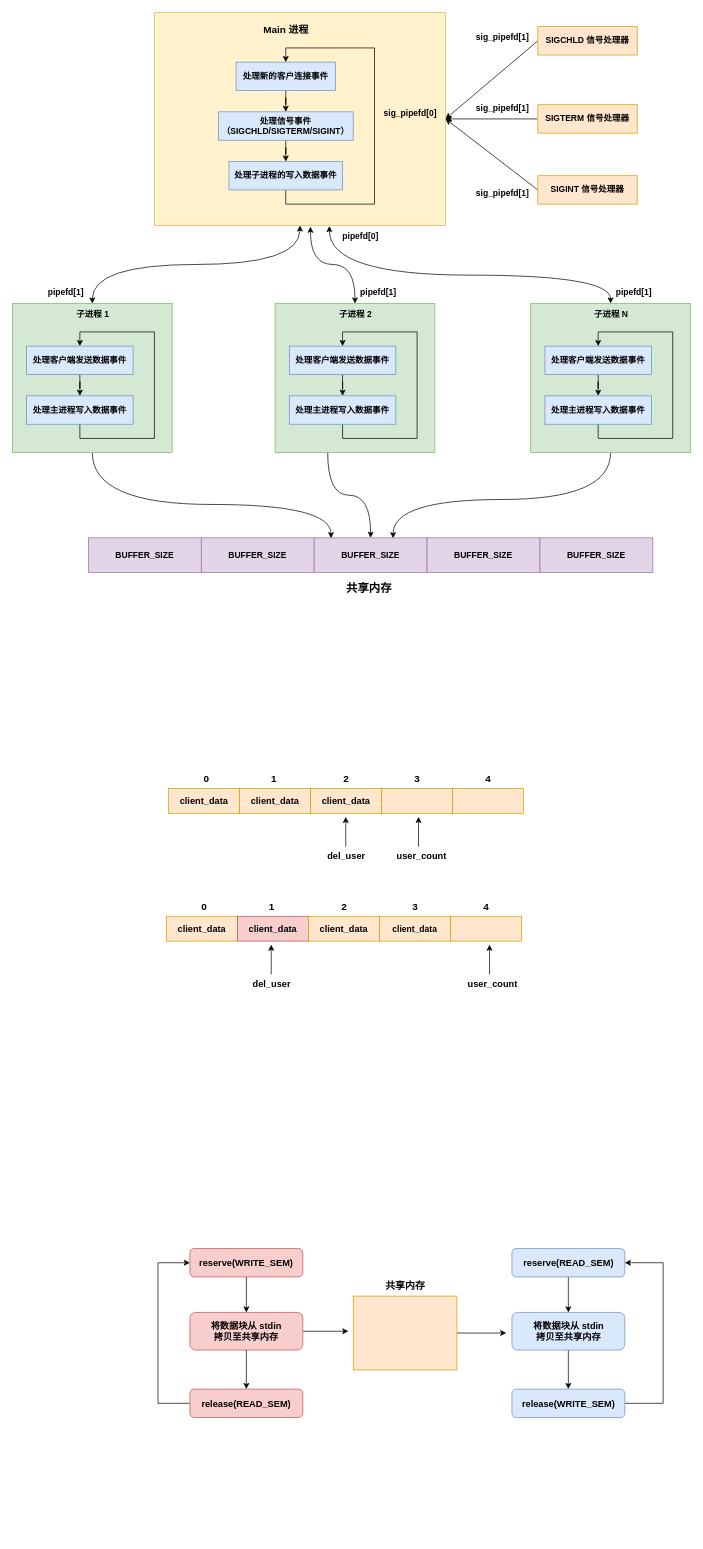
This is 网络编程/服务器端编程/System_V_IPC_之共享内存_static/System V IPC.drawio from xuweilin2014/tech-blog, a draw.io file, before an edit. Source tidied: cells renumbered, new cells numbered last; positions are measured from the earlier drawing's top-left corner, leaving out a move shared by most shapes. Both pictures are drawn from the tidied source at 71%, with x=0, y=0 at pixel (12, 12).
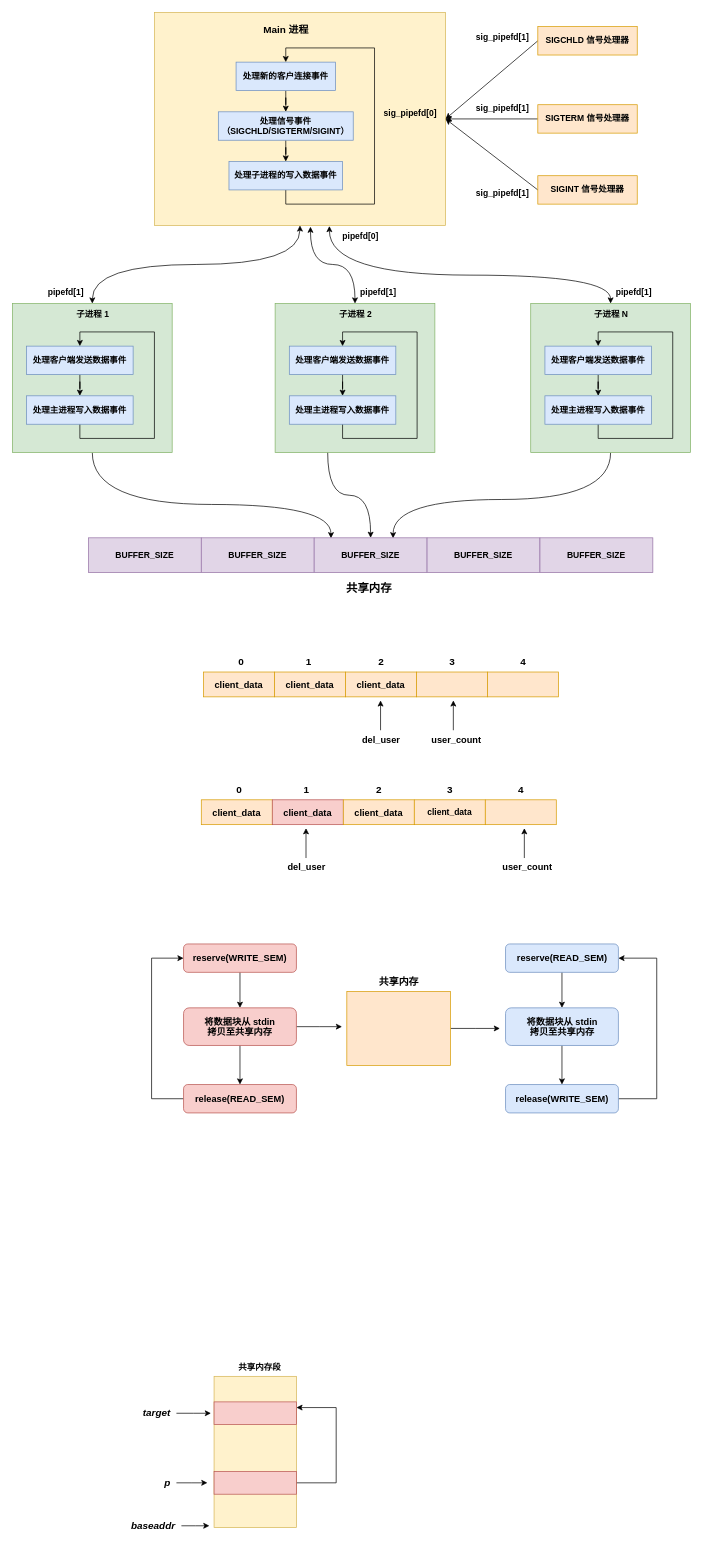
After the change.

Commit message (it also covers changes not shown here):
System V 共享内存

What changed in the source:
```diff
@@
     <mxCell id="54" value="&lt;font style=&quot;font-size: 13px;&quot;&gt;client_data&lt;/font&gt;" style="rounded=0;whiteSpace=wrap;html=1;fillColor=#ffe6cc;strokeColor=#d79b00;fontStyle=1;" parent="1" vertex="1">
-      <mxGeometry x="220" y="1093" width="100" height="35" as="geometry" />
+      <mxGeometry x="269" y="929" width="100" height="35" as="geometry" />
     </mxCell>
     <mxCell id="55" value="&lt;font style=&quot;font-size: 13px;&quot;&gt;client_data&lt;/font&gt;" style="rounded=0;whiteSpace=wrap;html=1;fillColor=#ffe6cc;strokeColor=#d79b00;fontStyle=1;" parent="1" vertex="1">
-      <mxGeometry x="320" y="1093" width="100" height="35" as="geometry" />
+      <mxGeometry x="369" y="929" width="100" height="35" as="geometry" />
     </mxCell>
     <mxCell id="56" value="&lt;font style=&quot;font-size: 13px;&quot;&gt;client_data&lt;/font&gt;" style="rounded=0;whiteSpace=wrap;html=1;fillColor=#ffe6cc;strokeColor=#d79b00;fontStyle=1;" parent="1" vertex="1">
-      <mxGeometry x="420" y="1093" width="100" height="35" as="geometry" />
+      <mxGeometry x="469" y="929" width="100" height="35" as="geometry" />
     </mxCell>
     <mxCell id="57" style="rounded=0;whiteSpace=wrap;html=1;fillColor=#ffe6cc;strokeColor=#d79b00;fontStyle=1;" parent="1" vertex="1">
-      <mxGeometry x="520" y="1093" width="100" height="35" as="geometry" />
+      <mxGeometry x="569" y="929" width="100" height="35" as="geometry" />
     </mxCell>
     <mxCell id="58" style="rounded=0;whiteSpace=wrap;html=1;fillColor=#ffe6cc;strokeColor=#d79b00;fontStyle=1;" parent="1" vertex="1">
-      <mxGeometry x="620" y="1093" width="100" height="35" as="geometry" />
+      <mxGeometry x="669" y="929" width="100" height="35" as="geometry" />
     </mxCell>
     <mxCell id="59" value="&lt;font style=&quot;font-size: 14px;&quot;&gt;&lt;b&gt;0&lt;/b&gt;&lt;/font&gt;" style="text;html=1;align=center;verticalAlign=middle;strokeColor=none;fillColor=none;" parent="1" vertex="1">
-      <mxGeometry x="260" y="1064" width="26" height="29" as="geometry" />
+      <mxGeometry x="309" y="900" width="26" height="29" as="geometry" />
     </mxCell>
     <mxCell id="60" value="&lt;font style=&quot;font-size: 14px;&quot;&gt;&lt;b&gt;1&lt;/b&gt;&lt;/font&gt;" style="text;html=1;align=center;verticalAlign=middle;strokeColor=none;fillColor=none;" parent="1" vertex="1">
-      <mxGeometry x="355" y="1064" width="26" height="29" as="geometry" />
+      <mxGeometry x="404" y="900" width="26" height="29" as="geometry" />
     </mxCell>
     <mxCell id="61" value="&lt;font style=&quot;font-size: 14px;&quot;&gt;&lt;b&gt;2&lt;/b&gt;&lt;/font&gt;" style="text;html=1;align=center;verticalAlign=middle;strokeColor=none;fillColor=none;" parent="1" vertex="1">
-      <mxGeometry x="457" y="1064" width="26" height="29" as="geometry" />
+      <mxGeometry x="506" y="900" width="26" height="29" as="geometry" />
     </mxCell>
     <mxCell id="62" value="&lt;font style=&quot;font-size: 14px;&quot;&gt;&lt;b&gt;3&lt;/b&gt;&lt;/font&gt;" style="text;html=1;align=center;verticalAlign=middle;strokeColor=none;fillColor=none;" parent="1" vertex="1">
-      <mxGeometry x="557" y="1064" width="26" height="29" as="geometry" />
+      <mxGeometry x="606" y="900" width="26" height="29" as="geometry" />
     </mxCell>
     <mxCell id="63" value="&lt;font style=&quot;font-size: 14px;&quot;&gt;&lt;b&gt;4&lt;/b&gt;&lt;/font&gt;" style="text;html=1;align=center;verticalAlign=middle;strokeColor=none;fillColor=none;" parent="1" vertex="1">
-      <mxGeometry x="657" y="1064" width="26" height="29" as="geometry" />
+      <mxGeometry x="706" y="900" width="26" height="29" as="geometry" />
     </mxCell>
     <mxCell id="64" style="endArrow=classic;html=1;rounded=0;" parent="1" edge="1">
       <mxGeometry relative="1" as="geometry">
-        <mxPoint x="572" y="1175" as="sourcePoint" />
-        <mxPoint x="572" y="1133" as="targetPoint" />
+        <mxPoint x="621" y="1011" as="sourcePoint" />
+        <mxPoint x="621" y="969" as="targetPoint" />
       </mxGeometry>
     </mxCell>
     <mxCell id="65" value="&lt;font style=&quot;font-size: 13px;&quot;&gt;&lt;b&gt;user_count&lt;/b&gt;&lt;/font&gt;" style="text;html=1;align=center;verticalAlign=middle;strokeColor=none;fillColor=none;" parent="1" vertex="1">
-      <mxGeometry x="532" y="1174" width="88" height="28" as="geometry" />
+      <mxGeometry x="581" y="1010" width="88" height="28" as="geometry" />
     </mxCell>
     <mxCell id="66" style="endArrow=classic;html=1;rounded=0;" parent="1" edge="1">
       <mxGeometry relative="1" as="geometry">
-        <mxPoint x="469.5" y="1175" as="sourcePoint" />
-        <mxPoint x="469.5" y="1133" as="targetPoint" />
+        <mxPoint x="518.5" y="1011" as="sourcePoint" />
+        <mxPoint x="518.5" y="969" as="targetPoint" />
       </mxGeometry>
     </mxCell>
     <mxCell id="67" value="&lt;font style=&quot;font-size: 13px;&quot;&gt;&lt;b&gt;del_user&lt;/b&gt;&lt;/font&gt;" style="text;html=1;align=center;verticalAlign=middle;strokeColor=none;fillColor=none;" parent="1" vertex="1">
-      <mxGeometry x="434.5" y="1174" width="71" height="28" as="geometry" />
+      <mxGeometry x="483.5" y="1010" width="71" height="28" as="geometry" />
     </mxCell>
     <mxCell id="68" value="&lt;font style=&quot;font-size: 13px;&quot;&gt;client_data&lt;/font&gt;" style="rounded=0;whiteSpace=wrap;html=1;fillColor=#ffe6cc;strokeColor=#d79b00;fontStyle=1;" parent="1" vertex="1">
-      <mxGeometry x="217" y="1273" width="100" height="35" as="geometry" />
+      <mxGeometry x="266" y="1109" width="100" height="35" as="geometry" />
     </mxCell>
     <mxCell id="69" value="&lt;font style=&quot;font-size: 13px;&quot;&gt;client_data&lt;/font&gt;" style="rounded=0;whiteSpace=wrap;html=1;fillColor=#f8cecc;strokeColor=#b85450;fontStyle=1;" parent="1" vertex="1">
-      <mxGeometry x="317" y="1273" width="100" height="35" as="geometry" />
+      <mxGeometry x="366" y="1109" width="100" height="35" as="geometry" />
     </mxCell>
     <mxCell id="70" value="&lt;font style=&quot;font-size: 13px;&quot;&gt;client_data&lt;/font&gt;" style="rounded=0;whiteSpace=wrap;html=1;fillColor=#ffe6cc;strokeColor=#d79b00;fontStyle=1;" parent="1" vertex="1">
-      <mxGeometry x="417" y="1273" width="100" height="35" as="geometry" />
+      <mxGeometry x="466" y="1109" width="100" height="35" as="geometry" />
     </mxCell>
     <mxCell id="71" value="client_data" style="rounded=0;whiteSpace=wrap;html=1;fillColor=#ffe6cc;strokeColor=#d79b00;fontStyle=1;" parent="1" vertex="1">
-      <mxGeometry x="517" y="1273" width="100" height="35" as="geometry" />
+      <mxGeometry x="566" y="1109" width="100" height="35" as="geometry" />
     </mxCell>
     <mxCell id="72" style="rounded=0;whiteSpace=wrap;html=1;fillColor=#ffe6cc;strokeColor=#d79b00;fontStyle=1;" parent="1" vertex="1">
-      <mxGeometry x="617" y="1273" width="100" height="35" as="geometry" />
+      <mxGeometry x="666" y="1109" width="100" height="35" as="geometry" />
     </mxCell>
     <mxCell id="73" value="&lt;font style=&quot;font-size: 14px;&quot;&gt;&lt;b&gt;0&lt;/b&gt;&lt;/font&gt;" style="text;html=1;align=center;verticalAlign=middle;strokeColor=none;fillColor=none;" parent="1" vertex="1">
-      <mxGeometry x="257" y="1244" width="26" height="29" as="geometry" />
+      <mxGeometry x="306" y="1080" width="26" height="29" as="geometry" />
     </mxCell>
     <mxCell id="74" value="&lt;font style=&quot;font-size: 14px;&quot;&gt;&lt;b&gt;1&lt;/b&gt;&lt;/font&gt;" style="text;html=1;align=center;verticalAlign=middle;strokeColor=none;fillColor=none;" parent="1" vertex="1">
-      <mxGeometry x="352" y="1244" width="26" height="29" as="geometry" />
+      <mxGeometry x="401" y="1080" width="26" height="29" as="geometry" />
     </mxCell>
     <mxCell id="75" value="&lt;font style=&quot;font-size: 14px;&quot;&gt;&lt;b&gt;2&lt;/b&gt;&lt;/font&gt;" style="text;html=1;align=center;verticalAlign=middle;strokeColor=none;fillColor=none;" parent="1" vertex="1">
-      <mxGeometry x="454" y="1244" width="26" height="29" as="geometry" />
+      <mxGeometry x="503" y="1080" width="26" height="29" as="geometry" />
     </mxCell>
     <mxCell id="76" value="&lt;font style=&quot;font-size: 14px;&quot;&gt;&lt;b&gt;3&lt;/b&gt;&lt;/font&gt;" style="text;html=1;align=center;verticalAlign=middle;strokeColor=none;fillColor=none;" parent="1" vertex="1">
-      <mxGeometry x="554" y="1244" width="26" height="29" as="geometry" />
+      <mxGeometry x="603" y="1080" width="26" height="29" as="geometry" />
     </mxCell>
     <mxCell id="77" value="&lt;font style=&quot;font-size: 14px;&quot;&gt;&lt;b&gt;4&lt;/b&gt;&lt;/font&gt;" style="text;html=1;align=center;verticalAlign=middle;strokeColor=none;fillColor=none;" parent="1" vertex="1">
-      <mxGeometry x="654" y="1244" width="26" height="29" as="geometry" />
+      <mxGeometry x="703" y="1080" width="26" height="29" as="geometry" />
     </mxCell>
     <mxCell id="78" style="endArrow=classic;html=1;rounded=0;" parent="1" edge="1">
       <mxGeometry relative="1" as="geometry">
-        <mxPoint x="672" y="1355" as="sourcePoint" />
-        <mxPoint x="672" y="1313" as="targetPoint" />
+        <mxPoint x="721" y="1191" as="sourcePoint" />
+        <mxPoint x="721" y="1149" as="targetPoint" />
       </mxGeometry>
     </mxCell>
     <mxCell id="79" value="&lt;font style=&quot;font-size: 13px;&quot;&gt;&lt;b&gt;user_count&lt;/b&gt;&lt;/font&gt;" style="text;html=1;align=center;verticalAlign=middle;strokeColor=none;fillColor=none;" parent="1" vertex="1">
-      <mxGeometry x="632" y="1354" width="88" height="28" as="geometry" />
+      <mxGeometry x="681" y="1190" width="88" height="28" as="geometry" />
     </mxCell>
     <mxCell id="80" style="endArrow=classic;html=1;rounded=0;" parent="1" edge="1">
       <mxGeometry relative="1" as="geometry">
-        <mxPoint x="364.5" y="1355" as="sourcePoint" />
-        <mxPoint x="364.5" y="1313" as="targetPoint" />
+        <mxPoint x="413.5" y="1191" as="sourcePoint" />
+        <mxPoint x="413.5" y="1149" as="targetPoint" />
       </mxGeometry>
     </mxCell>
     <mxCell id="81" value="&lt;font style=&quot;font-size: 13px;&quot;&gt;&lt;b&gt;del_user&lt;/b&gt;&lt;/font&gt;" style="text;html=1;align=center;verticalAlign=middle;strokeColor=none;fillColor=none;" parent="1" vertex="1">
-      <mxGeometry x="329.5" y="1354" width="71" height="28" as="geometry" />
+      <mxGeometry x="378.5" y="1190" width="71" height="28" as="geometry" />
     </mxCell>
     <mxCell id="82" style="edgeStyle=orthogonalEdgeStyle;rounded=0;jettySize=auto;html=1;" parent="1" edge="1" source="83">
       <mxGeometry relative="1" as="geometry">
-        <mxPoint x="695.6" y="1860" as="targetPoint" />
+        <mxPoint x="686.6" y="1431" as="targetPoint" />
       </mxGeometry>
     </mxCell>
     <mxCell id="83" style="rounded=0;whiteSpace=wrap;html=1;fillColor=#ffe6cc;strokeColor=#d79b00;" parent="1" vertex="1">
-      <mxGeometry x="480" y="1808" width="146" height="104" as="geometry" />
+      <mxGeometry x="471" y="1379" width="146" height="104" as="geometry" />
     </mxCell>
     <mxCell id="84" value="&lt;b&gt;&lt;font style=&quot;font-size: 14px;&quot;&gt;共享内存&lt;/font&gt;&lt;/b&gt;" style="text;html=1;align=center;verticalAlign=middle;strokeColor=none;fillColor=none;" parent="1" vertex="1">
-      <mxGeometry x="516" y="1779" width="74" height="29" as="geometry" />
+      <mxGeometry x="507" y="1350" width="74" height="29" as="geometry" />
     </mxCell>
@@
     <mxCell id="86" value="&lt;b&gt;&lt;font style=&quot;font-size: 13px;&quot;&gt;reserve(WRITE_SEM)&lt;/font&gt;&lt;/b&gt;" style="rounded=1;whiteSpace=wrap;html=1;fillColor=#f8cecc;strokeColor=#b85450;" parent="1" vertex="1">
-      <mxGeometry x="250" y="1741" width="159" height="40" as="geometry" />
+      <mxGeometry x="241" y="1312" width="159" height="40" as="geometry" />
     </mxCell>
@@
     <mxCell id="88" style="edgeStyle=orthogonalEdgeStyle;rounded=0;jettySize=auto;html=1;" parent="1" edge="1" source="89">
       <mxGeometry relative="1" as="geometry">
-        <mxPoint x="473.2" y="1857.5" as="targetPoint" />
+        <mxPoint x="464.2" y="1428.5" as="targetPoint" />
       </mxGeometry>
     </mxCell>
     <mxCell id="89" value="&lt;p style=&quot;line-height: 120%;&quot;&gt;&lt;b&gt;&lt;font style=&quot;font-size: 13px;&quot;&gt;将数据块从 stdin &lt;br&gt;拷贝至共享内存&lt;/font&gt;&lt;/b&gt;&lt;/p&gt;" style="rounded=1;whiteSpace=wrap;html=1;fillColor=#f8cecc;strokeColor=#b85450;" parent="1" vertex="1">
-      <mxGeometry x="250" y="1831" width="159" height="53" as="geometry" />
+      <mxGeometry x="241" y="1402" width="159" height="53" as="geometry" />
     </mxCell>
     <mxCell id="90" style="edgeStyle=orthogonalEdgeStyle;rounded=0;jettySize=auto;html=1;entryX=0;entryY=0.5;entryDx=0;entryDy=0;" parent="1" edge="1" source="91" target="86">
       <mxGeometry relative="1" as="geometry">
         <Array as="points">
-          <mxPoint x="205" y="1959" />
-          <mxPoint x="205" y="1761" />
+          <mxPoint x="196" y="1530" />
+          <mxPoint x="196" y="1332" />
         </Array>
       </mxGeometry>
     </mxCell>
     <mxCell id="91" value="&lt;b&gt;&lt;font style=&quot;font-size: 13px;&quot;&gt;release(READ_SEM)&lt;/font&gt;&lt;/b&gt;" style="rounded=1;whiteSpace=wrap;html=1;fillColor=#f8cecc;strokeColor=#b85450;" parent="1" vertex="1">
-      <mxGeometry x="250" y="1939" width="159" height="40" as="geometry" />
+      <mxGeometry x="241" y="1510" width="159" height="40" as="geometry" />
     </mxCell>
@@
     <mxCell id="93" value="&lt;b&gt;&lt;font style=&quot;font-size: 13px;&quot;&gt;reserve(READ_SEM)&lt;/font&gt;&lt;/b&gt;" style="rounded=1;whiteSpace=wrap;html=1;fillColor=#dae8fc;strokeColor=#6c8ebf;" parent="1" vertex="1">
-      <mxGeometry x="703.5" y="1741" width="159" height="40" as="geometry" />
+      <mxGeometry x="694.5" y="1312" width="159" height="40" as="geometry" />
     </mxCell>
@@
     <mxCell id="95" value="&lt;p style=&quot;line-height: 120%;&quot;&gt;&lt;b&gt;&lt;font style=&quot;font-size: 13px;&quot;&gt;将数据块从 stdin &lt;br&gt;拷贝至共享内存&lt;/font&gt;&lt;/b&gt;&lt;/p&gt;" style="rounded=1;whiteSpace=wrap;html=1;fillColor=#dae8fc;strokeColor=#6c8ebf;" parent="1" vertex="1">
-      <mxGeometry x="703.5" y="1831" width="159" height="53" as="geometry" />
+      <mxGeometry x="694.5" y="1402" width="159" height="53" as="geometry" />
     </mxCell>
     <mxCell id="96" style="edgeStyle=orthogonalEdgeStyle;rounded=0;jettySize=auto;html=1;entryX=1;entryY=0.5;entryDx=0;entryDy=0;" parent="1" edge="1" source="97" target="93">
       <mxGeometry relative="1" as="geometry">
         <Array as="points">
-          <mxPoint x="916.5" y="1959" />
-          <mxPoint x="916.5" y="1761" />
+          <mxPoint x="907.5" y="1530" />
+          <mxPoint x="907.5" y="1332" />
         </Array>
       </mxGeometry>
     </mxCell>
     <mxCell id="97" value="&lt;b&gt;&lt;font style=&quot;font-size: 13px;&quot;&gt;release(WRITE_SEM)&lt;/font&gt;&lt;/b&gt;" style="rounded=1;whiteSpace=wrap;html=1;fillColor=#dae8fc;strokeColor=#6c8ebf;" parent="1" vertex="1">
-      <mxGeometry x="703.5" y="1939" width="159" height="40" as="geometry" />
+      <mxGeometry x="694.5" y="1510" width="159" height="40" as="geometry" />
     </mxCell>
+    <mxCell id="98" style="rounded=0;whiteSpace=wrap;html=1;fillColor=#fff2cc;strokeColor=#d6b656;" parent="1" vertex="1">
+      <mxGeometry x="284" y="1921" width="116" height="213" as="geometry" />
+    </mxCell>
+    <mxCell id="99" style="rounded=0;whiteSpace=wrap;html=1;fillColor=#f8cecc;strokeColor=#b85450;" parent="1" vertex="1">
+      <mxGeometry x="284" y="1957" width="116" height="32" as="geometry" />
+    </mxCell>
+    <mxCell id="100" style="edgeStyle=orthogonalEdgeStyle;rounded=0;jettySize=auto;html=1;entryX=1;entryY=0.25;entryDx=0;entryDy=0;" parent="1" edge="1" source="101" target="99">
+      <mxGeometry relative="1" as="geometry">
+        <Array as="points">
+          <mxPoint x="456" y="2071" />
+          <mxPoint x="456" y="1965" />
+        </Array>
+      </mxGeometry>
+    </mxCell>
+    <mxCell id="101" style="rounded=0;whiteSpace=wrap;html=1;fillColor=#f8cecc;strokeColor=#b85450;" parent="1" vertex="1">
+      <mxGeometry x="284" y="2055" width="116" height="32" as="geometry" />
+    </mxCell>
+    <mxCell id="102" style="edgeStyle=orthogonalEdgeStyle;rounded=0;jettySize=auto;html=1;" parent="1" edge="1" source="103">
+      <mxGeometry relative="1" as="geometry">
+        <mxPoint x="277.4" y="2131.5" as="targetPoint" />
+      </mxGeometry>
+    </mxCell>
+    <mxCell id="103" value="&lt;font style=&quot;font-size: 14px;&quot;&gt;&lt;b&gt;&lt;i&gt;baseaddr&lt;/i&gt;&lt;/b&gt;&lt;/font&gt;" style="text;html=1;align=center;verticalAlign=middle;points=[];strokeColor=none;fillColor=none;" parent="1" vertex="1">
+      <mxGeometry x="158" y="2117" width="80" height="29" as="geometry" />
+    </mxCell>
+    <mxCell id="104" style="edgeStyle=orthogonalEdgeStyle;rounded=0;jettySize=auto;html=1;" parent="1" edge="1" source="105">
+      <mxGeometry relative="1" as="geometry">
+        <mxPoint x="274.6" y="2071" as="targetPoint" />
+      </mxGeometry>
+    </mxCell>
+    <mxCell id="105" value="&lt;font style=&quot;font-size: 14px;&quot;&gt;&lt;b&gt;&lt;i&gt;p&lt;/i&gt;&lt;/b&gt;&lt;/font&gt;" style="text;html=1;align=center;verticalAlign=middle;points=[];strokeColor=none;fillColor=none;" parent="1" vertex="1">
+      <mxGeometry x="204" y="2056.5" width="27" height="29" as="geometry" />
+    </mxCell>
+    <mxCell id="106" style="edgeStyle=orthogonalEdgeStyle;rounded=0;jettySize=auto;html=1;" parent="1" edge="1" source="107">
+      <mxGeometry relative="1" as="geometry">
+        <mxPoint x="279.6" y="1973" as="targetPoint" />
+      </mxGeometry>
+    </mxCell>
+    <mxCell id="107" value="&lt;font style=&quot;font-size: 14px;&quot;&gt;&lt;b&gt;&lt;i&gt;target&lt;/i&gt;&lt;/b&gt;&lt;/font&gt;" style="text;html=1;align=center;verticalAlign=middle;points=[];strokeColor=none;fillColor=none;" parent="1" vertex="1">
+      <mxGeometry x="174" y="1958.5" width="57" height="29" as="geometry" />
+    </mxCell>
+    <mxCell id="108" value="&lt;b&gt;共享内存段&lt;/b&gt;" style="text;html=1;align=center;verticalAlign=middle;strokeColor=none;fillColor=none;" parent="1" vertex="1">
+      <mxGeometry x="309" y="1895" width="78" height="26" as="geometry" />
+    </mxCell>
```
